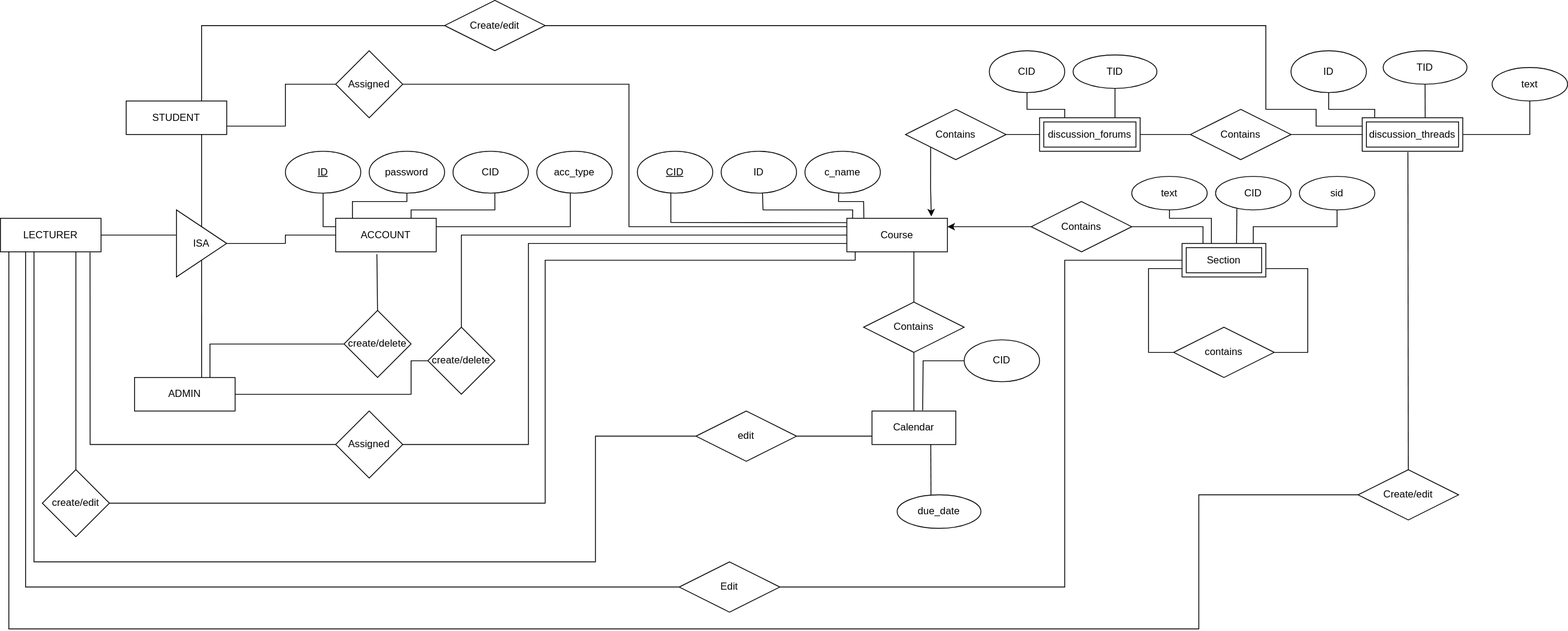
Above: ERD_Group_project.svg in willoking32/Comp_3161-Group_Project (draw.io), before the change. Source tidied: cells renumbered, new cells last; positions are measured from the earlier drawing's top-left corner, leaving out a move shared by most shapes.
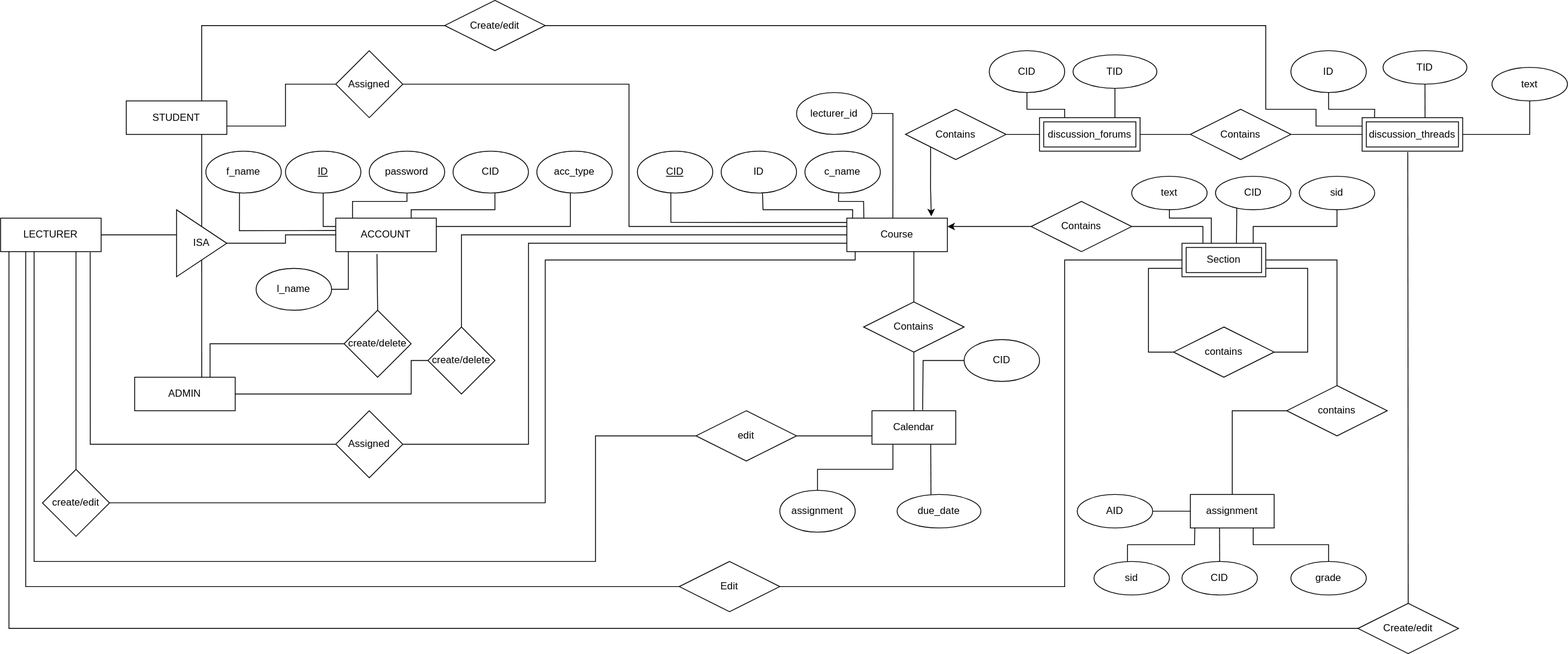
The same file after the commit.

Diff of the diagram source:
```diff
@@ -388,15 +388,13 @@
       </mxGeometry>
     </mxCell>
     <mxCell id="85" value="Create/edit" style="shape=rhombus;perimeter=rhombusPerimeter;whiteSpace=wrap;html=1;align=center;" parent="1" vertex="1">
-      <mxGeometry x="1620" y="560" width="120" height="60" as="geometry" />
+      <mxGeometry x="1620" y="720" width="120" height="60" as="geometry" />
     </mxCell>
     <mxCell id="86" style="endArrow=none;html=1;rounded=0;entryX=0;entryY=0.5;entryDx=0;entryDy=0;" parent="1" edge="1" target="85">
       <mxGeometry relative="1" as="geometry">
         <mxPoint x="10" y="300" as="sourcePoint" />
         <Array as="points">
           <mxPoint x="10" y="750" />
-          <mxPoint x="1430" y="750" />
-          <mxPoint x="1430" y="590" />
         </Array>
       </mxGeometry>
     </mxCell>
@@ -434,5 +432,101 @@
     <mxCell id="92" style="endArrow=none;html=1;rounded=0;entryX=0.5;entryY=1;entryDx=0;entryDy=0;exitX=0.75;exitY=0;exitDx=0;exitDy=0;" parent="1" edge="1" source="44" target="76">
       <mxGeometry relative="1" as="geometry" />
     </mxCell>
+    <mxCell id="93" value="lecturer_id" style="ellipse;whiteSpace=wrap;html=1;" parent="1" vertex="1">
+      <mxGeometry x="950" y="110" width="90" height="50" as="geometry" />
+    </mxCell>
+    <mxCell id="94" style="endArrow=none;html=1;rounded=0;exitX=1;exitY=0.5;exitDx=0;exitDy=0;entryX=0.458;entryY=-0.006;entryDx=0;entryDy=0;entryPerimeter=0;" parent="1" edge="1" source="93" target="3">
+      <mxGeometry relative="1" as="geometry">
+        <Array as="points">
+          <mxPoint x="1065" y="135" />
+          <mxPoint x="1065" y="200" />
+        </Array>
+      </mxGeometry>
+    </mxCell>
+    <mxCell id="95" value="assignment" style="ellipse;whiteSpace=wrap;html=1;" parent="1" vertex="1">
+      <mxGeometry x="930" y="585" width="90" height="50" as="geometry" />
+    </mxCell>
+    <mxCell id="96" style="endArrow=none;html=1;rounded=0;exitX=0.5;exitY=0;exitDx=0;exitDy=0;entryX=0.25;entryY=1;entryDx=0;entryDy=0;" parent="1" edge="1" source="95" target="45">
+      <mxGeometry relative="1" as="geometry">
+        <Array as="points">
+          <mxPoint x="975" y="560" />
+          <mxPoint x="1065" y="560" />
+        </Array>
+      </mxGeometry>
+    </mxCell>
+    <mxCell id="97" value="f_name" style="ellipse;whiteSpace=wrap;html=1;" parent="1" vertex="1">
+      <mxGeometry x="245" y="180" width="90" height="50" as="geometry" />
+    </mxCell>
+    <mxCell id="98" value="l_name" style="ellipse;whiteSpace=wrap;html=1;" parent="1" vertex="1">
+      <mxGeometry x="305" y="320" width="90" height="50" as="geometry" />
+    </mxCell>
+    <mxCell id="99" style="endArrow=none;html=1;rounded=0;exitX=1;exitY=0.5;exitDx=0;exitDy=0;entryX=0.125;entryY=1.004;entryDx=0;entryDy=0;entryPerimeter=0;" parent="1" edge="1" source="98" target="2">
+      <mxGeometry relative="1" as="geometry">
+        <Array as="points">
+          <mxPoint x="415" y="345" />
+        </Array>
+      </mxGeometry>
+    </mxCell>
+    <mxCell id="100" style="endArrow=none;html=1;rounded=0;exitX=0.446;exitY=0.999;exitDx=0;exitDy=0;exitPerimeter=0;entryX=-0.002;entryY=0.369;entryDx=0;entryDy=0;entryPerimeter=0;" parent="1" edge="1" source="97" target="2">
+      <mxGeometry relative="1" as="geometry">
+        <Array as="points">
+          <mxPoint x="285" y="275" />
+        </Array>
+      </mxGeometry>
+    </mxCell>
+    <mxCell id="101" value="assignment" style="whiteSpace=wrap;html=1;align=center;" parent="1" vertex="1">
+      <mxGeometry x="1420" y="590" width="100" height="40" as="geometry" />
+    </mxCell>
+    <mxCell id="102" value="sid" style="ellipse;whiteSpace=wrap;html=1;align=center;" parent="1" vertex="1">
+      <mxGeometry x="1305" y="670" width="90" height="40" as="geometry" />
+    </mxCell>
+    <mxCell id="103" value="CID" style="ellipse;whiteSpace=wrap;html=1;" parent="1" vertex="1">
+      <mxGeometry x="1410" y="670" width="90" height="40" as="geometry" />
+    </mxCell>
+    <mxCell id="104" value="AID" style="ellipse;whiteSpace=wrap;html=1;align=center;" parent="1" vertex="1">
+      <mxGeometry x="1285" y="590" width="90" height="40" as="geometry" />
+    </mxCell>
+    <mxCell id="105" value="grade" style="ellipse;whiteSpace=wrap;html=1;align=center;" parent="1" vertex="1">
+      <mxGeometry x="1540" y="670" width="90" height="40" as="geometry" />
+    </mxCell>
+    <mxCell id="106" style="endArrow=none;html=1;rounded=0;exitX=1;exitY=0.5;exitDx=0;exitDy=0;entryX=0;entryY=0.5;entryDx=0;entryDy=0;" parent="1" edge="1" source="104" target="101">
+      <mxGeometry relative="1" as="geometry" />
+    </mxCell>
+    <mxCell id="107" style="endArrow=none;html=1;rounded=0;exitX=0.444;exitY=0;exitDx=0;exitDy=0;entryX=0.053;entryY=0.99;entryDx=0;entryDy=0;entryPerimeter=0;exitPerimeter=0;" parent="1" edge="1" source="102" target="101">
+      <mxGeometry relative="1" as="geometry">
+        <Array as="points">
+          <mxPoint x="1345" y="650" />
+          <mxPoint x="1425" y="650" />
+        </Array>
+      </mxGeometry>
+    </mxCell>
+    <mxCell id="108" style="endArrow=none;html=1;rounded=0;exitX=0.5;exitY=0;exitDx=0;exitDy=0;entryX=0.348;entryY=1.002;entryDx=0;entryDy=0;entryPerimeter=0;" parent="1" edge="1" source="103" target="101">
+      <mxGeometry relative="1" as="geometry" />
+    </mxCell>
+    <mxCell id="109" style="endArrow=none;html=1;rounded=0;entryX=0.5;entryY=0;entryDx=0;entryDy=0;exitX=0.75;exitY=1;exitDx=0;exitDy=0;" parent="1" edge="1" source="101" target="105">
+      <mxGeometry relative="1" as="geometry">
+        <Array as="points">
+          <mxPoint x="1495" y="650" />
+          <mxPoint x="1585" y="650" />
+        </Array>
+      </mxGeometry>
+    </mxCell>
+    <mxCell id="110" value="contains" style="shape=rhombus;perimeter=rhombusPerimeter;whiteSpace=wrap;html=1;align=center;" parent="1" vertex="1">
+      <mxGeometry x="1535" y="460" width="120" height="60" as="geometry" />
+    </mxCell>
+    <mxCell id="111" style="endArrow=none;html=1;rounded=0;exitX=0.5;exitY=0;exitDx=0;exitDy=0;entryX=0;entryY=0.5;entryDx=0;entryDy=0;" parent="1" edge="1" source="101" target="110">
+      <mxGeometry relative="1" as="geometry">
+        <Array as="points">
+          <mxPoint x="1470" y="490" />
+        </Array>
+      </mxGeometry>
+    </mxCell>
+    <mxCell id="112" style="endArrow=none;html=1;rounded=0;entryX=0.5;entryY=0;entryDx=0;entryDy=0;exitX=1;exitY=0.5;exitDx=0;exitDy=0;" parent="1" edge="1" source="42" target="110">
+      <mxGeometry relative="1" as="geometry">
+        <Array as="points">
+          <mxPoint x="1595" y="310" />
+        </Array>
+      </mxGeometry>
+    </mxCell>
   </root>
 </mxGraphModel>
```
